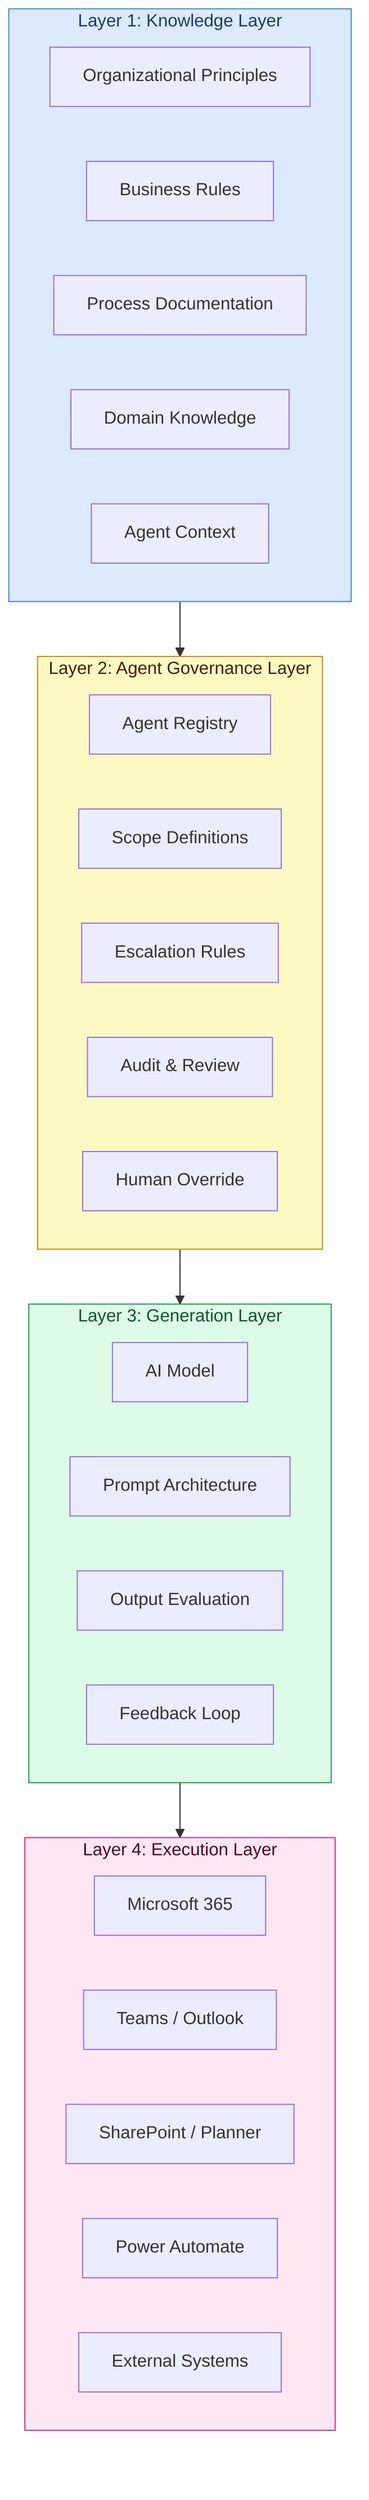
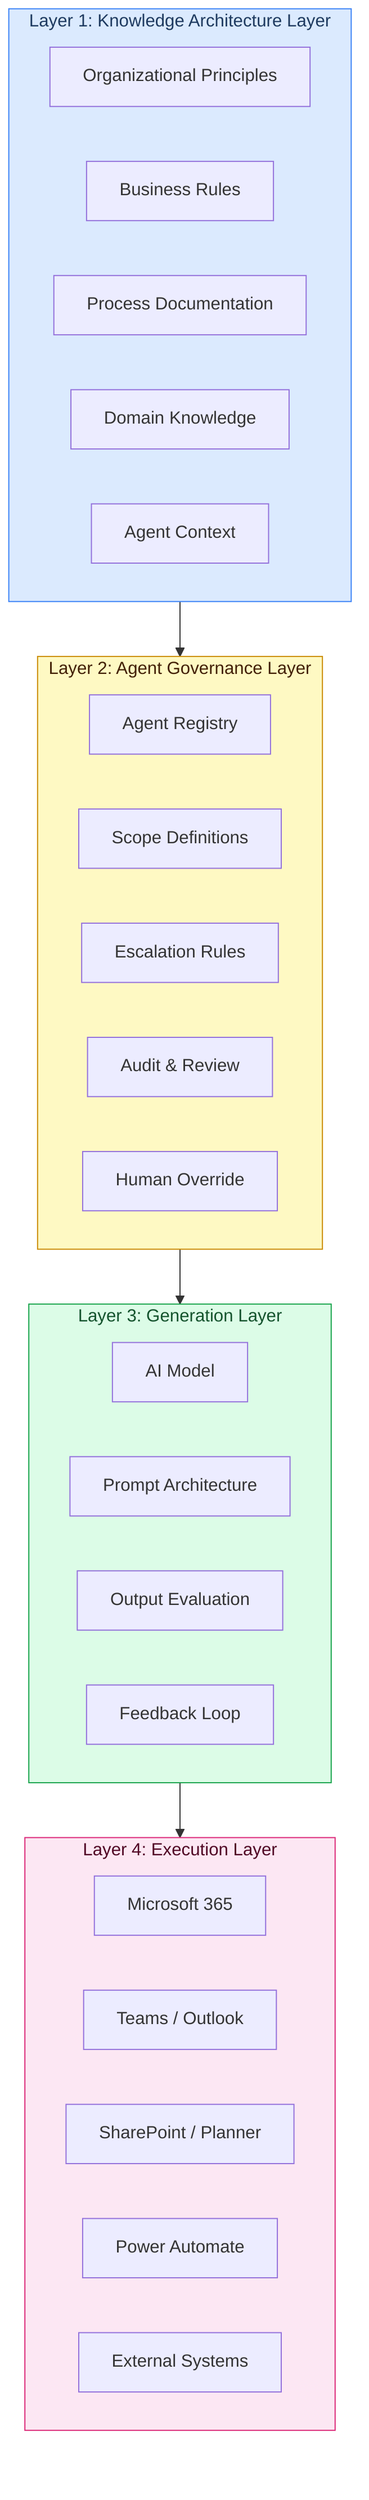
%%{init: {'theme': 'default'}}%%
flowchart TD
    subgraph L4["Layer 4: Execution Layer"]
        E1[Microsoft 365]
        E2[Teams / Outlook]
        E3[SharePoint / Planner]
        E4[Power Automate]
        E5[External Systems]
    end

    subgraph L3["Layer 3: Generation Layer"]
        G1[AI Model]
        G2[Prompt Architecture]
        G3[Output Evaluation]
        G4[Feedback Loop]
    end

    subgraph L2["Layer 2: Agent Governance Layer"]
        AG1[Agent Registry]
        AG2[Scope Definitions]
        AG3[Escalation Rules]
        AG4[Audit & Review]
        AG5[Human Override]
    end

-     subgraph L1["Layer 1: Knowledge Layer"]
+     subgraph L1["Layer 1: Knowledge Architecture Layer"]
        K1[Organizational Principles]
        K2[Business Rules]
        K3[Process Documentation]
        K4[Domain Knowledge]
        K5[Agent Context]
    end

    L1 --> L2
    L2 --> L3
    L3 --> L4

    style L1 fill:#dbeafe,stroke:#3b82f6,color:#1e3a5f
    style L2 fill:#fef9c3,stroke:#ca8a04,color:#422006
    style L3 fill:#dcfce7,stroke:#16a34a,color:#14532d
    style L4 fill:#fce7f3,stroke:#db2777,color:#500724
